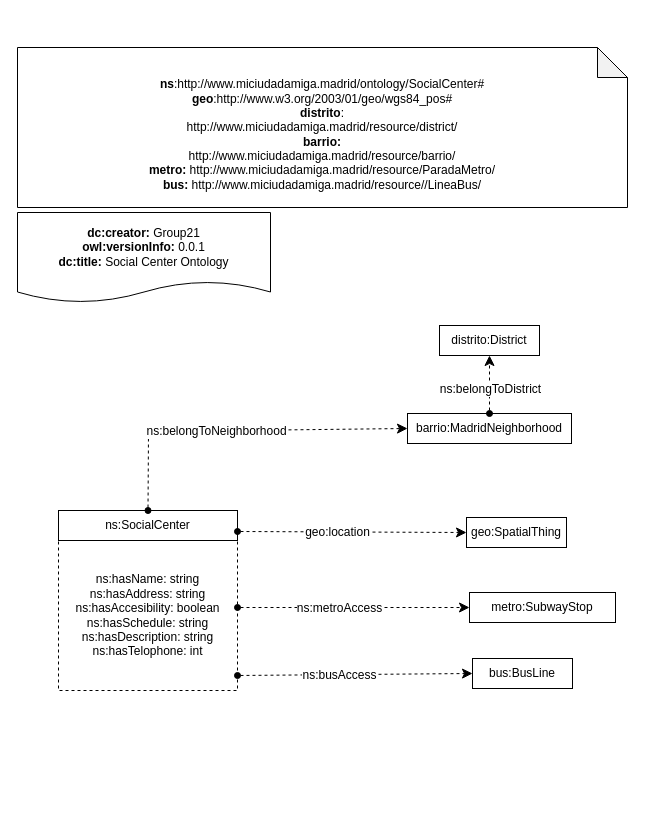
Earlier version of the draw.io diagram HandsOn/Group21/ontology/Group21Ongology.drawio (FacultadInformatica-LinkedData/Curso2022-2023-ODKG). Source tidied: cells renumbered, new cells numbered last; positions are measured from the earlier drawing's top-left corner, leaving out a move shared by most shapes. Both pictures are drawn from the tidied source at 100%, with x=0, y=0 at pixel (17, 47).
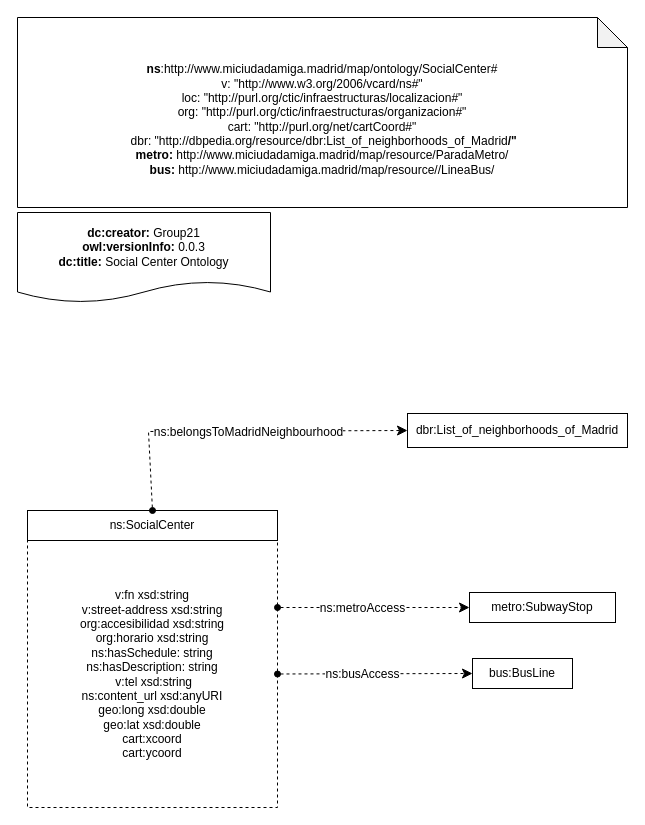
After the change.

Commit message (it also covers changes not shown here):
Reworked YARRRML, transformed into .rml.ttl with rocketrdf, processed into rdf with morph-kgc, updated ontology with re-used ontologies

The change refers to these unchanged cells:
```xml
<mxCell id="10" style="endArrow=classic;html=1;exitX=0.5;exitY=0;exitDx=0;exitDy=0;entryX=0;entryY=0.5;entryDx=0;entryDy=0;endSize=8;startArrow=oval;startFill=1;dashed=1;arcSize=0;rounded=0;" parent="1" edge="1" source="5" target="9">
  <mxGeometry relative="1" as="geometry">
    <Array as="points">
      <mxPoint x="131" y="384" />
    </Array>
  </mxGeometry>
</mxCell>
<mxCell id="15" value="metro:SubwayStop" style="rounded=0;whiteSpace=wrap;html=1;snapToPoint=1;points=[[0.1,0],[0.2,0],[0.3,0],[0.4,0],[0.5,0],[0.6,0],[0.7,0],[0.8,0],[0.9,0],[0,0.1],[0,0.3],[0,0.5],[0,0.7],[0,0.9],[0.1,1],[0.2,1],[0.3,1],[0.4,1],[0.5,1],[0.6,1],[0.7,1],[0.8,1],[0.9,1],[1,0.1],[1,0.3],[1,0.5],[1,0.7],[1,0.9]];" parent="1" vertex="1">
  <mxGeometry x="452" y="545" width="146" height="30" as="geometry" />
</mxCell>
<mxCell id="18" value="bus:BusLine" style="rounded=0;whiteSpace=wrap;html=1;snapToPoint=1;points=[[0.1,0],[0.2,0],[0.3,0],[0.4,0],[0.5,0],[0.6,0],[0.7,0],[0.8,0],[0.9,0],[0,0.1],[0,0.3],[0,0.5],[0,0.7],[0,0.9],[0.1,1],[0.2,1],[0.3,1],[0.4,1],[0.5,1],[0.6,1],[0.7,1],[0.8,1],[0.9,1],[1,0.1],[1,0.3],[1,0.5],[1,0.7],[1,0.9]];" parent="1" vertex="1">
  <mxGeometry x="455" y="611" width="100" height="30" as="geometry" />
</mxCell>
```

What changed in the source:
```diff
@@
-    <mxCell id="2" value="&lt;div&gt;&lt;br&gt;&lt;/div&gt;&lt;div&gt;&lt;b&gt;ns&lt;/b&gt;:http://www.miciudadamiga.madrid/ontology/SocialCenter#&lt;b&gt;&lt;br&gt;&lt;/b&gt;&lt;/div&gt;&lt;div&gt;&lt;b&gt;geo&lt;/b&gt;:http://www.w3.org/2003/01/geo/wgs84_pos#&lt;/div&gt;&lt;div&gt;&lt;span style=&quot;background-color: initial;&quot;&gt;&lt;b&gt;distrito&lt;/b&gt;:&lt;/span&gt;&lt;/div&gt;&lt;div&gt;http://www.miciudadamiga.madrid/resource/district/&lt;/div&gt;&lt;div&gt;&lt;b style=&quot;background-color: initial;&quot;&gt;barrio:&lt;/b&gt;&lt;/div&gt;http://www.miciudadamiga.madrid/resource/barrio/&lt;br&gt;&lt;b style=&quot;background-color: initial;&quot;&gt;metro:&amp;nbsp;&lt;/b&gt;http://www.miciudadamiga.madrid/resource/ParadaMetro/&lt;br&gt;&lt;b style=&quot;background-color: initial;&quot;&gt;bus:&amp;nbsp;&lt;/b&gt;http://www.miciudadamiga.madrid/resource//LineaBus/" style="shape=note;whiteSpace=wrap;html=1;backgroundOutline=1;darkOpacity=0.05;" parent="1" vertex="1">
-      <mxGeometry width="610" height="160" as="geometry" />
+    <mxCell id="2" value="&lt;div&gt;&lt;br&gt;&lt;/div&gt;&lt;div&gt;&lt;b&gt;ns&lt;/b&gt;:http://www.miciudadamiga.madrid/map/ontology/SocialCenter#&lt;b&gt;&lt;br&gt;&lt;/b&gt;&lt;/div&gt;&lt;div&gt;v: &quot;http://www.w3.org/2006/vcard/ns#&quot;&lt;br&gt;&lt;/div&gt;&lt;div&gt;loc: &quot;http://purl.org/ctic/infraestructuras/localizacion#&quot;&lt;br&gt;&lt;/div&gt;&lt;div&gt;&lt;div&gt;org: &quot;http://purl.org/ctic/infraestructuras/organizacion#&quot;&lt;/div&gt;&lt;div&gt;cart: &quot;http://purl.org/net/cartCoord#&quot;&lt;/div&gt;&lt;div&gt;&amp;nbsp;dbr: &quot;http://dbpedia.org/resource/dbr:List_of_neighborhoods_of_Madrid&lt;b&gt;/&quot;&lt;/b&gt;&lt;/div&gt;&lt;/div&gt;&lt;b style=&quot;background-color: initial;&quot;&gt;metro:&amp;nbsp;&lt;/b&gt;http://www.miciudadamiga.madrid/map/resource/ParadaMetro/&lt;br&gt;&lt;b style=&quot;background-color: initial;&quot;&gt;bus:&amp;nbsp;&lt;/b&gt;http://www.miciudadamiga.madrid/map/resource//LineaBus/" style="shape=note;whiteSpace=wrap;html=1;backgroundOutline=1;darkOpacity=0.05;" parent="1" vertex="1">
+      <mxGeometry y="-30" width="610" height="190" as="geometry" />
     </mxCell>
-    <mxCell id="3" value="&lt;div&gt;&lt;b&gt;dc:creator:&lt;/b&gt;&amp;nbsp;Group21&lt;/div&gt;&lt;div&gt;&lt;b&gt;owl:versionInfo:&lt;/b&gt; 0.0.1&lt;/div&gt;&lt;div&gt;&lt;b&gt;dc:title:&lt;/b&gt;&amp;nbsp;Social Center Ontology&lt;/div&gt;" style="shape=document;whiteSpace=wrap;html=1;boundedLbl=1;labelBackgroundColor=#ffffff;strokeColor=#000000;fontSize=12;fontColor=#000000;size=0.23333333333333334;" parent="1" vertex="1">
+    <mxCell id="3" value="&lt;div&gt;&lt;b&gt;dc:creator:&lt;/b&gt;&amp;nbsp;Group21&lt;/div&gt;&lt;div&gt;&lt;b&gt;owl:versionInfo:&lt;/b&gt; 0.0.3&lt;/div&gt;&lt;div&gt;&lt;b&gt;dc:title:&lt;/b&gt;&amp;nbsp;Social Center Ontology&lt;/div&gt;" style="shape=document;whiteSpace=wrap;html=1;boundedLbl=1;labelBackgroundColor=#ffffff;strokeColor=#000000;fontSize=12;fontColor=#000000;size=0.23333333333333334;" parent="1" vertex="1">
       <mxGeometry y="165" width="253" height="90" as="geometry" />
     </mxCell>
-    <mxCell id="4" value="ns:hasName: string&lt;br&gt;ns:hasAddress: string&lt;br&gt;ns:hasAccesibility: boolean&lt;br&gt;ns:hasSchedule: string&lt;br&gt;ns:hasDescription: string&lt;br&gt;ns:hasTelophone: int" style="rounded=0;whiteSpace=wrap;html=1;snapToPoint=1;points=[[0.1,0],[0.2,0],[0.3,0],[0.4,0],[0.5,0],[0.6,0],[0.7,0],[0.8,0],[0.9,0],[0,0.1],[0,0.3],[0,0.5],[0,0.7],[0,0.9],[0.1,1],[0.2,1],[0.3,1],[0.4,1],[0.5,1],[0.6,1],[0.7,1],[0.8,1],[0.9,1],[1,0.1],[1,0.3],[1,0.5],[1,0.7],[1,0.9]];dashed=1;" parent="1" vertex="1">
-      <mxGeometry x="41" y="493" width="179" height="150" as="geometry" />
+    <mxCell id="4" value="v:fn xsd:string&lt;br&gt;v:street-address xsd:string&lt;br&gt;org:accesibilidad xsd:string&lt;br&gt;org:horario xsd:string&lt;br&gt;ns:hasSchedule: string&lt;br&gt;ns:hasDescription: string&lt;br&gt;&amp;nbsp;v:tel xsd:string&lt;br&gt;ns:content_url xsd:anyURI&lt;br&gt;geo:long xsd:double&lt;br&gt;geo:lat xsd:double&lt;br&gt;cart:xcoord&lt;br&gt;cart:ycoord" style="rounded=0;whiteSpace=wrap;html=1;snapToPoint=1;points=[[0.1,0],[0.2,0],[0.3,0],[0.4,0],[0.5,0],[0.6,0],[0.7,0],[0.8,0],[0.9,0],[0,0.1],[0,0.3],[0,0.5],[0,0.7],[0,0.9],[0.1,1],[0.2,1],[0.3,1],[0.4,1],[0.5,1],[0.6,1],[0.7,1],[0.8,1],[0.9,1],[1,0.1],[1,0.3],[1,0.5],[1,0.7],[1,0.9]];dashed=1;" parent="1" vertex="1">
+      <mxGeometry x="10" y="493" width="250" height="267" as="geometry" />
     </mxCell>
     <mxCell id="5" value="ns:SocialCenter" style="rounded=0;whiteSpace=wrap;html=1;snapToPoint=1;points=[[0.1,0],[0.2,0],[0.3,0],[0.4,0],[0.5,0],[0.6,0],[0.7,0],[0.8,0],[0.9,0],[0,0.1],[0,0.3],[0,0.5],[0,0.7],[0,0.9],[0.1,1],[0.2,1],[0.3,1],[0.4,1],[0.5,1],[0.6,1],[0.7,1],[0.8,1],[0.9,1],[1,0.1],[1,0.3],[1,0.5],[1,0.7],[1,0.9]];" parent="1" vertex="1">
-      <mxGeometry x="41" y="463" width="179" height="30" as="geometry" />
+      <mxGeometry x="10" y="463" width="250" height="30" as="geometry" />
     </mxCell>
-    <mxCell id="6" value="geo:SpatialThing" style="rounded=0;whiteSpace=wrap;html=1;snapToPoint=1;points=[[0.1,0],[0.2,0],[0.3,0],[0.4,0],[0.5,0],[0.6,0],[0.7,0],[0.8,0],[0.9,0],[0,0.1],[0,0.3],[0,0.5],[0,0.7],[0,0.9],[0.1,1],[0.2,1],[0.3,1],[0.4,1],[0.5,1],[0.6,1],[0.7,1],[0.8,1],[0.9,1],[1,0.1],[1,0.3],[1,0.5],[1,0.7],[1,0.9]];" parent="1" vertex="1">
-      <mxGeometry x="449" y="470" width="100" height="30" as="geometry" />
-    </mxCell>
-    <mxCell id="7" style="endArrow=classic;html=1;exitX=1;exitY=0.7;exitDx=0;exitDy=0;entryX=0;entryY=0.5;entryDx=0;entryDy=0;endSize=8;startArrow=oval;startFill=1;dashed=1;arcSize=0;rounded=0;" parent="1" edge="1" source="5" target="6">
-      <mxGeometry relative="1" as="geometry" />
-    </mxCell>
-    <mxCell id="8" value="&lt;div&gt;geo:location&lt;/div&gt;" style="text;html=1;align=center;verticalAlign=middle;labelBackgroundColor=#ffffff;" parent="7" vertex="1">
-      <mxGeometry x="-0.13" relative="1" as="geometry" />
-    </mxCell>
-    <mxCell id="9" value="barrio:MadridNeighborhood" style="rounded=0;whiteSpace=wrap;html=1;snapToPoint=1;points=[[0.1,0],[0.2,0],[0.3,0],[0.4,0],[0.5,0],[0.6,0],[0.7,0],[0.8,0],[0.9,0],[0,0.1],[0,0.3],[0,0.5],[0,0.7],[0,0.9],[0.1,1],[0.2,1],[0.3,1],[0.4,1],[0.5,1],[0.6,1],[0.7,1],[0.8,1],[0.9,1],[1,0.1],[1,0.3],[1,0.5],[1,0.7],[1,0.9]];" parent="1" vertex="1">
-      <mxGeometry x="390" y="366" width="164" height="30" as="geometry" />
+    <mxCell id="9" value="dbr:List_of_neighborhoods_of_Madrid" style="rounded=0;whiteSpace=wrap;html=1;snapToPoint=1;points=[[0.1,0],[0.2,0],[0.3,0],[0.4,0],[0.5,0],[0.6,0],[0.7,0],[0.8,0],[0.9,0],[0,0.1],[0,0.3],[0,0.5],[0,0.7],[0,0.9],[0.1,1],[0.2,1],[0.3,1],[0.4,1],[0.5,1],[0.6,1],[0.7,1],[0.8,1],[0.9,1],[1,0.1],[1,0.3],[1,0.5],[1,0.7],[1,0.9]];" parent="1" vertex="1">
+      <mxGeometry x="390" y="366" width="220" height="34" as="geometry" />
     </mxCell>
@@
-    <mxCell id="11" value="&lt;div&gt;ns:belongToNeighborhood&lt;/div&gt;" style="text;html=1;align=center;verticalAlign=middle;labelBackgroundColor=#ffffff;" parent="10" vertex="1">
-      <mxGeometry x="-0.13" relative="1" as="geometry" />
-    </mxCell>
-    <mxCell id="12" value="distrito:District" style="rounded=0;whiteSpace=wrap;html=1;snapToPoint=1;points=[[0.1,0],[0.2,0],[0.3,0],[0.4,0],[0.5,0],[0.6,0],[0.7,0],[0.8,0],[0.9,0],[0,0.1],[0,0.3],[0,0.5],[0,0.7],[0,0.9],[0.1,1],[0.2,1],[0.3,1],[0.4,1],[0.5,1],[0.6,1],[0.7,1],[0.8,1],[0.9,1],[1,0.1],[1,0.3],[1,0.5],[1,0.7],[1,0.9]];" parent="1" vertex="1">
-      <mxGeometry x="422" y="278" width="100" height="30" as="geometry" />
-    </mxCell>
-    <mxCell id="13" style="endArrow=classic;html=1;exitX=0.5;exitY=0;exitDx=0;exitDy=0;entryX=0.5;entryY=1;entryDx=0;entryDy=0;endSize=8;startArrow=oval;startFill=1;dashed=1;arcSize=0;rounded=0;" parent="1" edge="1" source="9" target="12">
-      <mxGeometry relative="1" as="geometry" />
-    </mxCell>
-    <mxCell id="14" value="&lt;div&gt;ns:belongToDistrict&lt;/div&gt;" style="text;html=1;align=center;verticalAlign=middle;labelBackgroundColor=#ffffff;" parent="13" vertex="1">
-      <mxGeometry x="-0.13" relative="1" as="geometry" />
-    </mxCell>
@@
     <mxCell id="16" style="endArrow=classic;html=1;entryX=0;entryY=0.5;entryDx=0;entryDy=0;endSize=8;startArrow=oval;startFill=1;dashed=1;arcSize=0;rounded=0;" parent="1" edge="1" target="15">
       <mxGeometry relative="1" as="geometry">
-        <mxPoint x="220" y="560" as="sourcePoint" />
+        <mxPoint x="260" y="560" as="sourcePoint" />
       </mxGeometry>
     </mxCell>
@@
-    <mxCell id="19" style="endArrow=classic;html=1;exitX=1;exitY=0.9;exitDx=0;exitDy=0;entryX=0;entryY=0.5;entryDx=0;entryDy=0;endSize=8;startArrow=oval;startFill=1;dashed=1;arcSize=0;rounded=0;" parent="1" edge="1" source="4" target="18">
+    <mxCell id="19" style="endArrow=classic;html=1;exitX=1;exitY=0.5;exitDx=0;exitDy=0;entryX=0;entryY=0.5;entryDx=0;entryDy=0;endSize=8;startArrow=oval;startFill=1;dashed=1;arcSize=0;rounded=0;" parent="1" edge="1" source="4" target="18">
       <mxGeometry relative="1" as="geometry" />
     </mxCell>
@@
+    <mxCell id="21" value="&lt;div&gt;ns:belongsToMadridNeighbourhood&lt;/div&gt;" style="text;html=1;align=center;verticalAlign=middle;labelBackgroundColor=#ffffff;" parent="1" vertex="1">
+      <mxGeometry x="200" y="383" as="geometry">
+        <mxPoint x="30" y="1" as="offset" />
+      </mxGeometry>
+    </mxCell>
```
